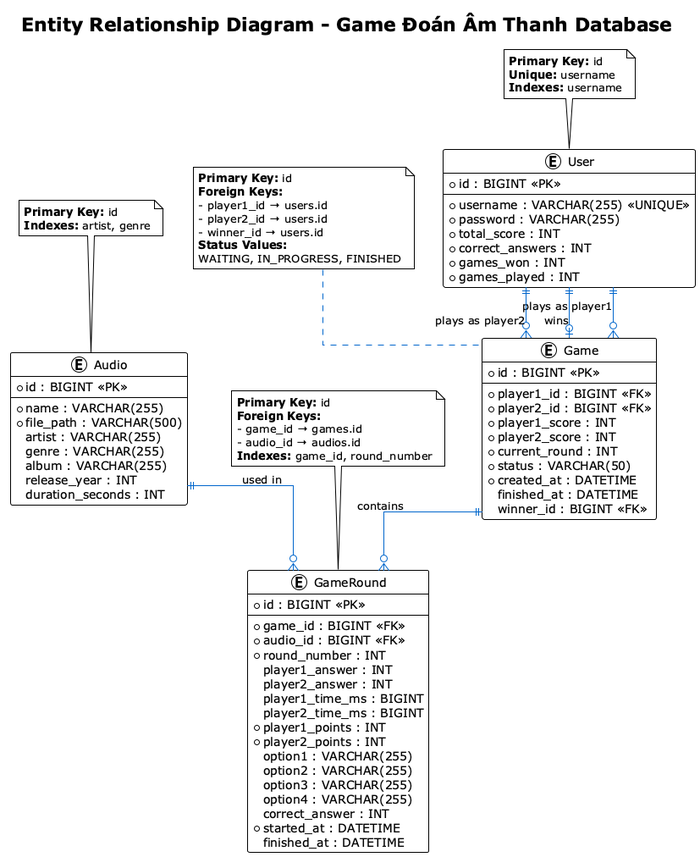
Before: docs/plantuml/Database ERD.png, a diagram exported from PlantUML (ProMeX04/LTM).
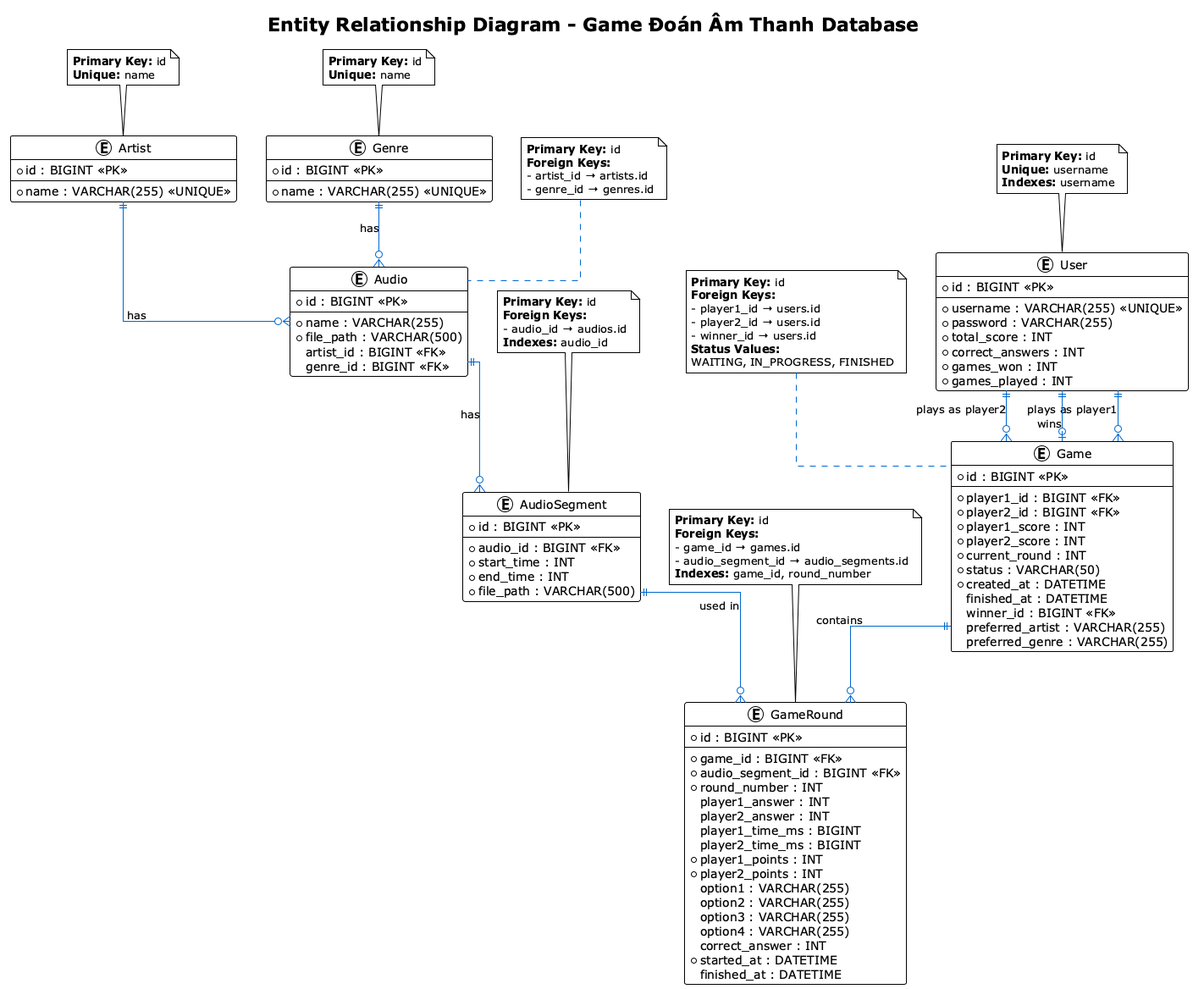
The same diagram one commit later.

The edit, as a diff of the source:
```diff
@@ -37,13 +37,15 @@
   * created_at : DATETIME
   finished_at : DATETIME
   winner_id : BIGINT <<FK>>
+  preferred_artist : VARCHAR(255)
+  preferred_genre : VARCHAR(255)
 }
 
 entity GameRound {
   * id : BIGINT <<PK>>
   --
   * game_id : BIGINT <<FK>>
-  * audio_id : BIGINT <<FK>>
+  * audio_segment_id : BIGINT <<FK>>
   * round_number : INT
   player1_answer : INT
   player2_answer : INT
@@ -65,11 +67,29 @@
   --
   * name : VARCHAR(255)
   * file_path : VARCHAR(500)
-  artist : VARCHAR(255)
-  genre : VARCHAR(255)
-  album : VARCHAR(255)
-  release_year : INT
-  duration_seconds : INT
+  artist_id : BIGINT <<FK>>
+  genre_id : BIGINT <<FK>>
+}
+
+entity Artist {
+  * id : BIGINT <<PK>>
+  --
+  * name : VARCHAR(255) <<UNIQUE>>
+}
+
+entity Genre {
+  * id : BIGINT <<PK>>
+  --
+  * name : VARCHAR(255) <<UNIQUE>>
+}
+
+entity AudioSegment {
+  * id : BIGINT <<PK>>
+  --
+  * audio_id : BIGINT <<FK>>
+  * start_time : INT
+  * end_time : INT
+  * file_path : VARCHAR(500)
 }
 
 User ||--o{ Game : "plays as player1"
@@ -77,7 +97,10 @@
 User ||--o| Game : "wins"
 
 Game ||--o{ GameRound : "contains"
-Audio ||--o{ GameRound : "used in"
+AudioSegment ||--o{ GameRound : "used in"
+Audio ||--o{ AudioSegment : "has"
+Artist ||--o{ Audio : "has"
+Genre ||--o{ Audio : "has"
 
 note top of User
   **Primary Key:** id
@@ -99,13 +122,32 @@
   **Primary Key:** id
   **Foreign Keys:**
   - game_id → games.id
-  - audio_id → audios.id
+  - audio_segment_id → audio_segments.id
   **Indexes:** game_id, round_number
 end note
 
 note top of Audio
   **Primary Key:** id
-  **Indexes:** artist, genre
+  **Foreign Keys:**
+  - artist_id → artists.id
+  - genre_id → genres.id
+end note
+
+note top of Artist
+  **Primary Key:** id
+  **Unique:** name
+end note
+
+note top of Genre
+  **Primary Key:** id
+  **Unique:** name
+end note
+
+note top of AudioSegment
+  **Primary Key:** id
+  **Foreign Keys:**
+  - audio_id → audios.id
+  **Indexes:** audio_id
 end note
 
 @enduml
```
